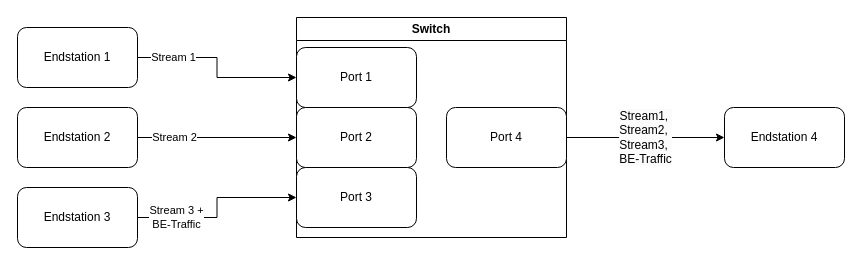
Earlier version of the draw.io diagram static/images/traffic-shaping-routing.drawio (avb-academy/avb_academy). Source tidied: cells renumbered, new cells numbered last; positions are measured from the earlier drawing's top-left corner, leaving out a move shared by most shapes. Both pictures are drawn from the tidied source at 100%, with x=0, y=0 at pixel (17, 17).
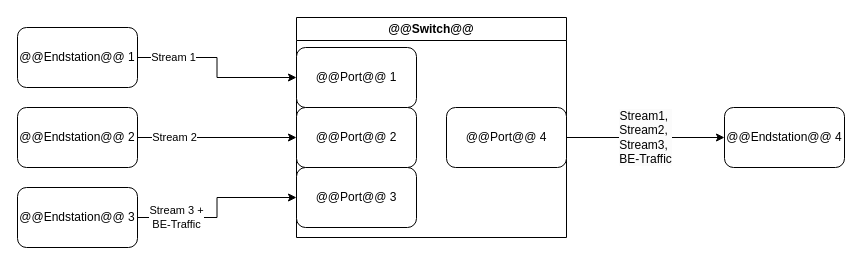
The same page after the edit.

What changed in the source:
```diff
@@
 <mxGraphModel>
   <root>
     <mxCell id="0" />
     <mxCell id="1" parent="0" />
     <mxCell id="2" value="Stream 1" style="edgeStyle=orthogonalEdgeStyle;rounded=0;jettySize=auto;html=1;exitX=1;exitY=0.5;exitDx=0;exitDy=0;entryX=0;entryY=0.5;entryDx=0;entryDy=0;" parent="1" edge="1" source="3" target="9">
       <mxGeometry x="-0.6" relative="1" as="geometry" />
     </mxCell>
-    <mxCell id="3" value="Endstation 1" style="rounded=1;whiteSpace=wrap;html=1;" parent="1" vertex="1">
+    <mxCell id="3" value="@@Endstation@@ 1" style="rounded=1;whiteSpace=wrap;html=1;" parent="1" vertex="1">
       <mxGeometry y="10" width="120" height="60" as="geometry" />
     </mxCell>
     <mxCell id="4" value="Stream 2" style="edgeStyle=orthogonalEdgeStyle;rounded=0;jettySize=auto;html=1;exitX=1;exitY=0.5;exitDx=0;exitDy=0;" parent="1" edge="1" source="5" target="10">
       <mxGeometry x="-0.53" relative="1" as="geometry" />
     </mxCell>
-    <mxCell id="5" value="Endstation 2" style="rounded=1;whiteSpace=wrap;html=1;" parent="1" vertex="1">
+    <mxCell id="5" value="@@Endstation@@ 2" style="rounded=1;whiteSpace=wrap;html=1;" parent="1" vertex="1">
       <mxGeometry y="90" width="120" height="60" as="geometry" />
     </mxCell>
     <mxCell id="6" value="Stream 3 +&lt;br&gt;&lt;div&gt;BE-Traffic&lt;/div&gt;" style="edgeStyle=orthogonalEdgeStyle;rounded=0;jettySize=auto;html=1;exitX=1;exitY=0.5;exitDx=0;exitDy=0;entryX=0;entryY=0.5;entryDx=0;entryDy=0;" parent="1" edge="1" source="7" target="11">
       <mxGeometry x="-0.56" relative="1" as="geometry" />
     </mxCell>
-    <mxCell id="7" value="Endstation 3" style="rounded=1;whiteSpace=wrap;html=1;" parent="1" vertex="1">
+    <mxCell id="7" value="@@Endstation@@ 3" style="rounded=1;whiteSpace=wrap;html=1;" parent="1" vertex="1">
       <mxGeometry y="170" width="120" height="60" as="geometry" />
     </mxCell>
-    <mxCell id="8" value="Switch" style="swimlane;whiteSpace=wrap;html=1;" parent="1" vertex="1">
+    <mxCell id="8" value="@@Switch@@" style="swimlane;whiteSpace=wrap;html=1;" parent="1" vertex="1">
       <mxGeometry x="279" width="270" height="220" as="geometry" />
     </mxCell>
-    <mxCell id="9" value="Port 1" style="rounded=1;whiteSpace=wrap;html=1;" parent="8" vertex="1">
+    <mxCell id="9" value="@@Port@@ 1" style="rounded=1;whiteSpace=wrap;html=1;" parent="8" vertex="1">
       <mxGeometry y="30" width="120" height="60" as="geometry" />
     </mxCell>
-    <mxCell id="10" value="Port 2" style="rounded=1;whiteSpace=wrap;html=1;" parent="8" vertex="1">
+    <mxCell id="10" value="@@Port@@ 2" style="rounded=1;whiteSpace=wrap;html=1;" parent="8" vertex="1">
       <mxGeometry y="90" width="120" height="60" as="geometry" />
     </mxCell>
-    <mxCell id="11" value="Port 3" style="rounded=1;whiteSpace=wrap;html=1;" parent="8" vertex="1">
+    <mxCell id="11" value="@@Port@@ 3" style="rounded=1;whiteSpace=wrap;html=1;" parent="8" vertex="1">
       <mxGeometry y="150" width="120" height="60" as="geometry" />
     </mxCell>
-    <mxCell id="12" value="Port 4" style="rounded=1;whiteSpace=wrap;html=1;" parent="8" vertex="1">
+    <mxCell id="12" value="@@Port@@ 4" style="rounded=1;whiteSpace=wrap;html=1;" parent="8" vertex="1">
       <mxGeometry x="150" y="90" width="120" height="60" as="geometry" />
     </mxCell>
-    <mxCell id="13" value="Endstation 4" style="rounded=1;whiteSpace=wrap;html=1;" parent="1" vertex="1">
+    <mxCell id="13" value="@@Endstation@@ 4" style="rounded=1;whiteSpace=wrap;html=1;" parent="1" vertex="1">
       <mxGeometry x="707" y="90" width="120" height="60" as="geometry" />
     </mxCell>
     <mxCell id="14" value="&lt;span style=&quot;font-size: 12px; text-align: left; background-color: rgb(251, 251, 251);&quot;&gt;Stream1,&amp;nbsp;&lt;/span&gt;&lt;div style=&quot;font-size: 12px; text-align: left; background-color: rgb(251, 251, 251);&quot;&gt;&lt;span style=&quot;background-color: transparent; color: light-dark(rgb(0, 0, 0), rgb(255, 255, 255));&quot;&gt;Stream2,&amp;nbsp;&lt;/span&gt;&lt;div&gt;&lt;span style=&quot;background-color: transparent; color: light-dark(rgb(0, 0, 0), rgb(255, 255, 255));&quot;&gt;Stream3,&lt;/span&gt;&lt;/div&gt;&lt;/div&gt;&lt;div style=&quot;font-size: 12px; text-align: left; background-color: rgb(251, 251, 251);&quot;&gt;BE-Traffic&lt;/div&gt;" style="edgeStyle=orthogonalEdgeStyle;rounded=0;jettySize=auto;html=1;exitX=1;exitY=0.5;exitDx=0;exitDy=0;entryX=0;entryY=0.5;entryDx=0;entryDy=0;" parent="1" edge="1" source="12" target="13">
       <mxGeometry relative="1" as="geometry" />
     </mxCell>
   </root>
 </mxGraphModel>
```
